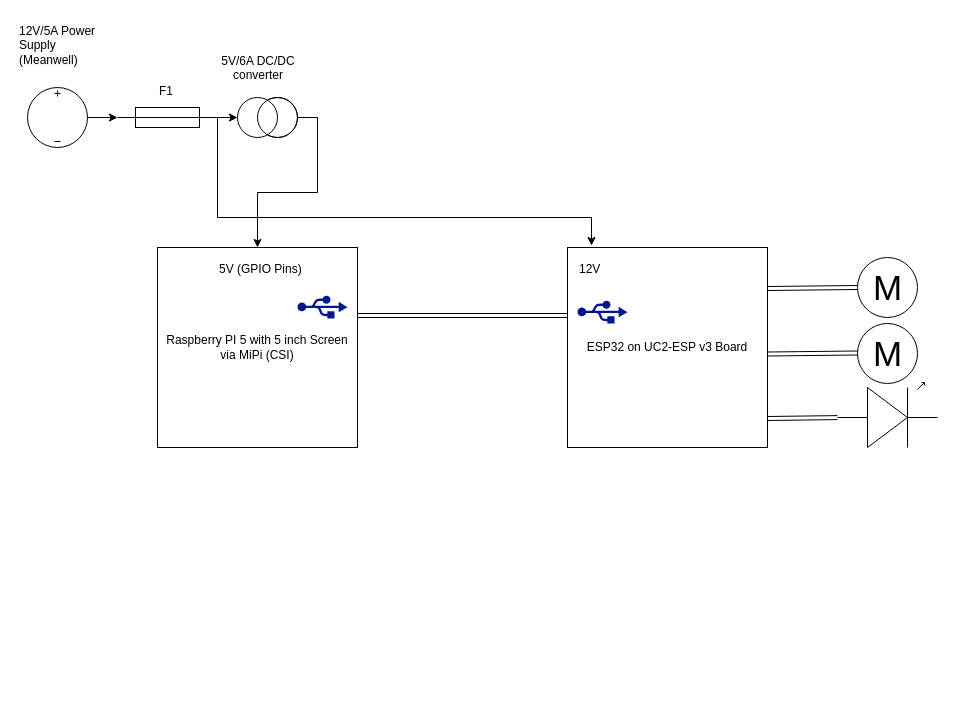
The draw.io diagram Technical_Documentation/Untitled Diagram.drawio in openUC2/openUC2_SOOP, before the edit. Source tidied: cells renumbered, new cells numbered last; positions are measured from the earlier drawing's top-left corner, leaving out a move shared by most shapes. Both pictures are drawn from the tidied source at 100%, with x=0, y=0 at pixel (17, 17).
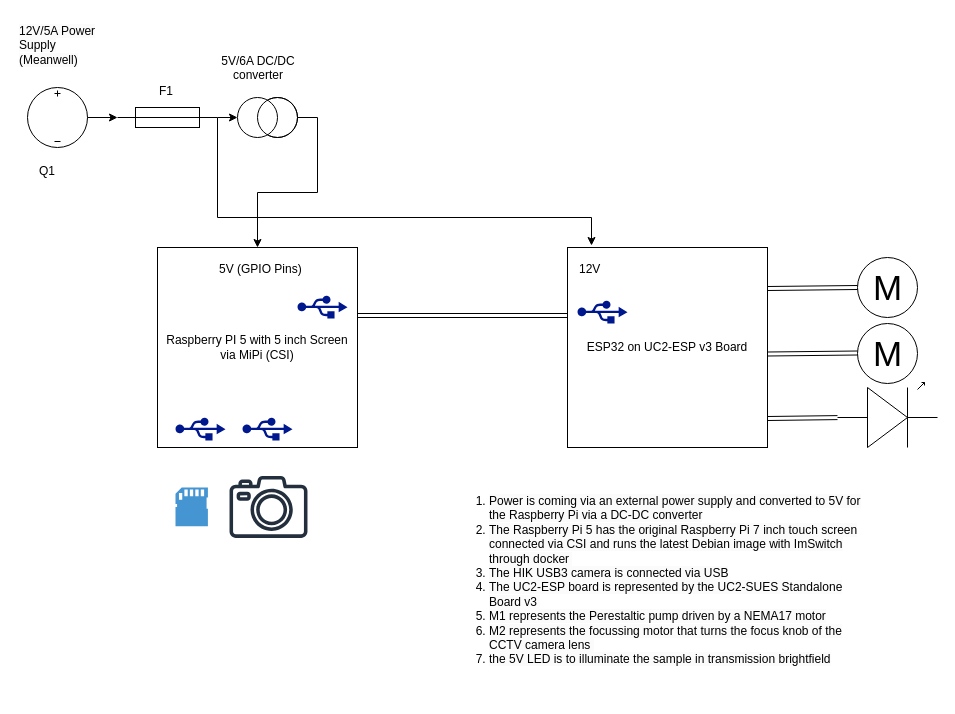
The same page after the edit.

Change to the diagram source:
```diff
@@
+    <mxCell id="25" style="shadow=0;dashed=0;html=1;strokeColor=none;fillColor=#4495D1;labelPosition=center;verticalLabelPosition=bottom;verticalAlign=top;align=center;shape=mxgraph.veeam.sd_card;" parent="1" vertex="1">
+      <mxGeometry x="158" y="470" width="32.4" height="38.8" as="geometry" />
+    </mxCell>
+    <mxCell id="26" style="sketch=0;shadow=0;dashed=0;html=1;strokeColor=none;labelPosition=center;verticalLabelPosition=bottom;verticalAlign=top;align=center;fillColor=#00188D;shape=mxgraph.mscae.enterprise.usb;" parent="1" vertex="1">
+      <mxGeometry x="158" y="400" width="50" height="23" as="geometry" />
+    </mxCell>
+    <mxCell id="27" style="sketch=0;fontColor=#232F3E;gradientColor=none;fillColor=#232F3D;strokeColor=none;dashed=0;verticalLabelPosition=bottom;verticalAlign=top;align=center;html=1;fontSize=12;fontStyle=0;shape=mxgraph.aws4.camera2;" parent="1" vertex="1">
+      <mxGeometry x="212" y="458.4" width="78" height="62" as="geometry" />
+    </mxCell>
+    <mxCell id="28" style="sketch=0;shadow=0;dashed=0;html=1;strokeColor=none;labelPosition=center;verticalLabelPosition=bottom;verticalAlign=top;align=center;fillColor=#00188D;shape=mxgraph.mscae.enterprise.usb;" parent="1" vertex="1">
+      <mxGeometry x="225" y="400" width="50" height="23" as="geometry" />
+    </mxCell>
+    <mxCell id="29" value="&lt;div style=&quot;text-align: center;&quot;&gt;&lt;span style=&quot;background-color: initial;&quot;&gt;Q1&lt;/span&gt;&lt;/div&gt;" style="text;whiteSpace=wrap;html=1;" parent="1" vertex="1">
+      <mxGeometry x="20" y="140" width="40" height="30" as="geometry" />
+    </mxCell>
+    <mxCell id="30" value="&lt;ol&gt;&lt;li&gt;&lt;span style=&quot;color: rgb(0, 0, 0); font-family: Helvetica; font-size: 12px; font-style: normal; font-variant-ligatures: normal; font-variant-caps: normal; font-weight: 400; letter-spacing: normal; orphans: 2; text-align: center; text-indent: 0px; text-transform: none; widows: 2; word-spacing: 0px; -webkit-text-stroke-width: 0px; white-space: normal; background-color: rgb(251, 251, 251); text-decoration-thickness: initial; text-decoration-style: initial; text-decoration-color: initial; display: inline !important; float: none;&quot;&gt;Power is coming via an external power supply and converted to 5V for the Raspberry Pi via a DC-DC converter&lt;/span&gt;&lt;/li&gt;&lt;li&gt;&lt;span style=&quot;color: rgb(0, 0, 0); font-family: Helvetica; font-size: 12px; font-style: normal; font-variant-ligatures: normal; font-variant-caps: normal; font-weight: 400; letter-spacing: normal; orphans: 2; text-align: center; text-indent: 0px; text-transform: none; widows: 2; word-spacing: 0px; -webkit-text-stroke-width: 0px; white-space: normal; background-color: rgb(251, 251, 251); text-decoration-thickness: initial; text-decoration-style: initial; text-decoration-color: initial; display: inline !important; float: none;&quot;&gt;The Raspberry Pi 5 has the original Raspberry Pi 7 inch touch screen connected via CSI and runs the latest Debian image with ImSwitch through docker&amp;nbsp;&lt;/span&gt;&lt;/li&gt;&lt;li&gt;&lt;span style=&quot;color: rgb(0, 0, 0); font-family: Helvetica; font-size: 12px; font-style: normal; font-variant-ligatures: normal; font-variant-caps: normal; font-weight: 400; letter-spacing: normal; orphans: 2; text-align: center; text-indent: 0px; text-transform: none; widows: 2; word-spacing: 0px; -webkit-text-stroke-width: 0px; white-space: normal; background-color: rgb(251, 251, 251); text-decoration-thickness: initial; text-decoration-style: initial; text-decoration-color: initial; display: inline !important; float: none;&quot;&gt;The HIK USB3 camera is connected via USB&lt;/span&gt;&lt;/li&gt;&lt;li&gt;&lt;span style=&quot;color: rgb(0, 0, 0); font-family: Helvetica; font-size: 12px; font-style: normal; font-variant-ligatures: normal; font-variant-caps: normal; font-weight: 400; letter-spacing: normal; orphans: 2; text-align: center; text-indent: 0px; text-transform: none; widows: 2; word-spacing: 0px; -webkit-text-stroke-width: 0px; white-space: normal; background-color: rgb(251, 251, 251); text-decoration-thickness: initial; text-decoration-style: initial; text-decoration-color: initial; display: inline !important; float: none;&quot;&gt;The UC2-ESP board is represented by the UC2-SUES Standalone Board v3&amp;nbsp;&lt;/span&gt;&lt;/li&gt;&lt;li&gt;&lt;span style=&quot;color: rgb(0, 0, 0); font-family: Helvetica; font-size: 12px; font-style: normal; font-variant-ligatures: normal; font-variant-caps: normal; font-weight: 400; letter-spacing: normal; orphans: 2; text-align: center; text-indent: 0px; text-transform: none; widows: 2; word-spacing: 0px; -webkit-text-stroke-width: 0px; white-space: normal; background-color: rgb(251, 251, 251); text-decoration-thickness: initial; text-decoration-style: initial; text-decoration-color: initial; display: inline !important; float: none;&quot;&gt;M1 represents the Perestaltic pump driven by a NEMA17 motor&lt;/span&gt;&lt;/li&gt;&lt;li&gt;&lt;span style=&quot;color: rgb(0, 0, 0); font-family: Helvetica; font-size: 12px; font-style: normal; font-variant-ligatures: normal; font-variant-caps: normal; font-weight: 400; letter-spacing: normal; orphans: 2; text-align: center; text-indent: 0px; text-transform: none; widows: 2; word-spacing: 0px; -webkit-text-stroke-width: 0px; white-space: normal; background-color: rgb(251, 251, 251); text-decoration-thickness: initial; text-decoration-style: initial; text-decoration-color: initial; display: inline !important; float: none;&quot;&gt;M2 represents the focussing motor that turns the focus knob of the CCTV camera lens&amp;nbsp;&lt;/span&gt;&lt;/li&gt;&lt;li&gt;&lt;span style=&quot;color: rgb(0, 0, 0); font-family: Helvetica; font-size: 12px; font-style: normal; font-variant-ligatures: normal; font-variant-caps: normal; font-weight: 400; letter-spacing: normal; orphans: 2; text-align: center; text-indent: 0px; text-transform: none; widows: 2; word-spacing: 0px; -webkit-text-stroke-width: 0px; white-space: normal; background-color: rgb(251, 251, 251); text-decoration-thickness: initial; text-decoration-style: initial; text-decoration-color: initial; display: inline !important; float: none;&quot;&gt;the 5V LED is to illuminate the sample in transmission brightfield&lt;/span&gt;&lt;/li&gt;&lt;/ol&gt;" style="text;whiteSpace=wrap;html=1;" parent="1" vertex="1">
+      <mxGeometry x="430" y="458.4" width="430" height="221.6" as="geometry" />
+    </mxCell>
```
